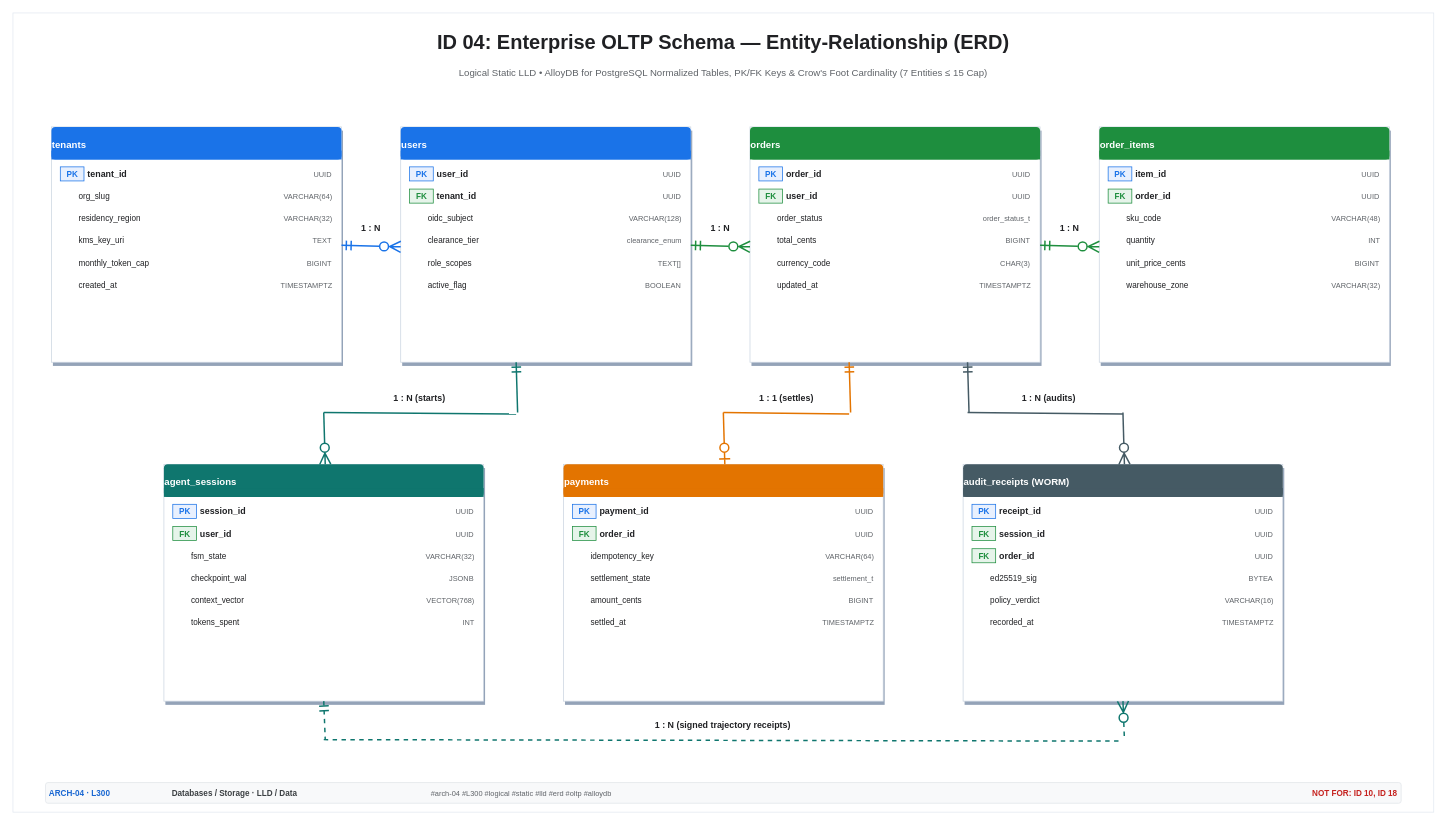
Earlier version of the draw.io diagram public/architecture-templates/xml/template_136.drawio (nitinaggarwal-12/PromptCanvas). Source tidied: cells renumbered, new cells numbered last; positions are measured from the earlier drawing's top-left corner, leaving out a move shared by most shapes. Both pictures are drawn from the tidied source at 74%, with x=0, y=0 at pixel (13, 13).
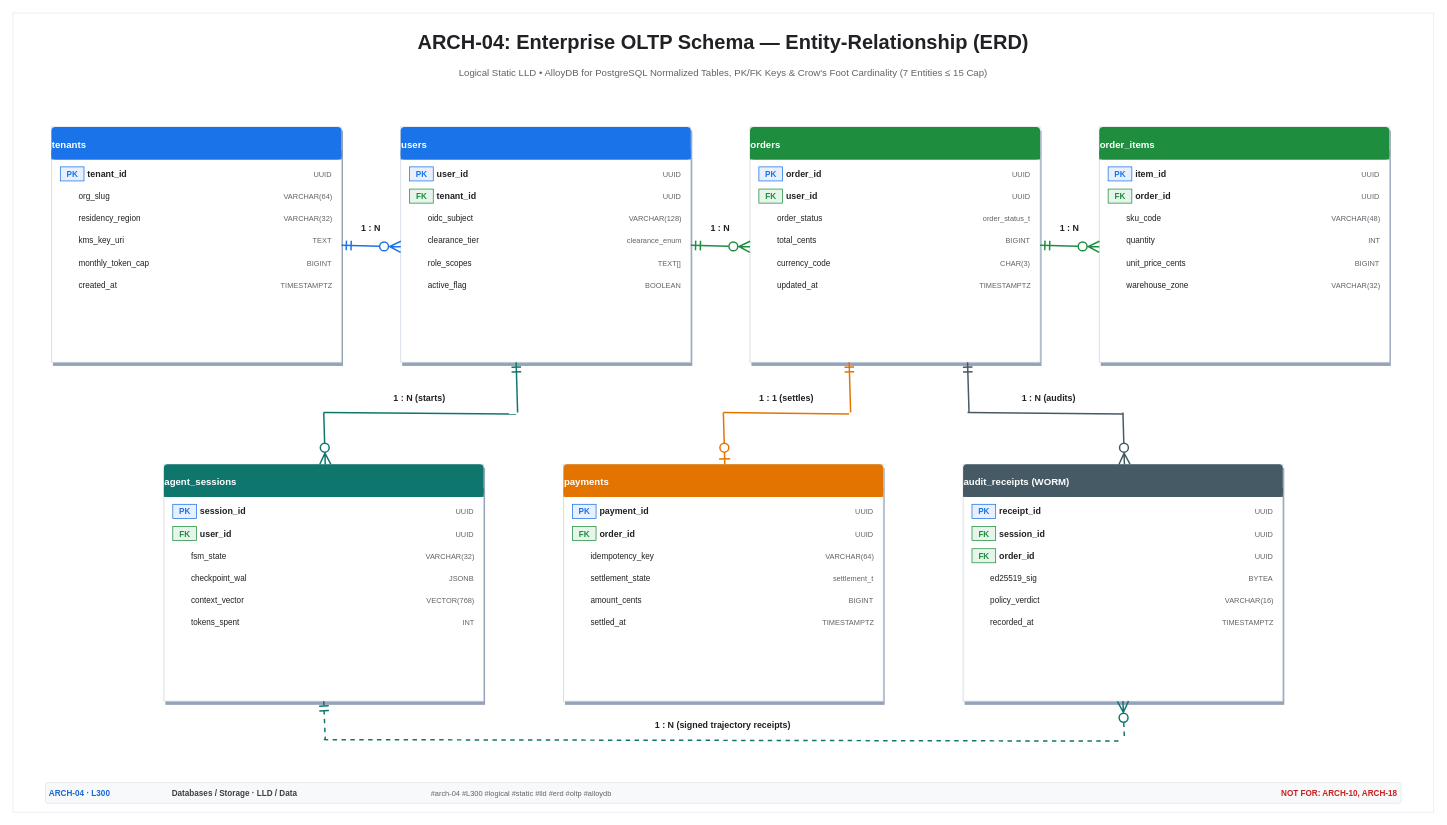
Above is the later version.

The edit, as a diff of the source:
```diff
@@
-    <mxCell id="3" value="ID 04: Enterprise OLTP Schema — Entity-Relationship (ERD)" style="text;html=1;whiteSpace=wrap;align=center;verticalAlign=middle;fontColor=#202124;fontSize=27;fontStyle=1;spacingLeft=2;spacingRight=2;" parent="1" vertex="1">
-      <mxGeometry x="269" y="20.5" width="1382" height="39" as="geometry" />
+    <mxCell id="3" value="ARCH-04: Enterprise OLTP Schema — Entity-Relationship (ERD)" style="text;html=1;whiteSpace=wrap;align=center;verticalAlign=middle;fontColor=#202124;fontSize=27;fontStyle=1;spacingLeft=2;spacingRight=2;" parent="1" vertex="1">
+      <mxGeometry x="60" y="20.5" width="1800" height="39" as="geometry" />
     </mxCell>
@@
-    <mxCell id="185" value="NOT FOR: ID 10, ID 18" style="text;html=1;whiteSpace=wrap;align=right;verticalAlign=middle;fontColor=#C5221F;fontSize=11;fontStyle=1;spacingLeft=2;spacingRight=2;" parent="1" vertex="1">
-      <mxGeometry x="1670" y="1045.5" width="205" height="18" as="geometry" />
+    <mxCell id="185" value="NOT FOR: ARCH-10, ARCH-18" style="text;html=1;whiteSpace=wrap;align=right;verticalAlign=middle;fontColor=#C5221F;fontSize=11;fontStyle=1;spacingLeft=2;spacingRight=2;" parent="1" vertex="1">
+      <mxGeometry x="1616" y="1045.5" width="259" height="18" as="geometry" />
     </mxCell>
```
